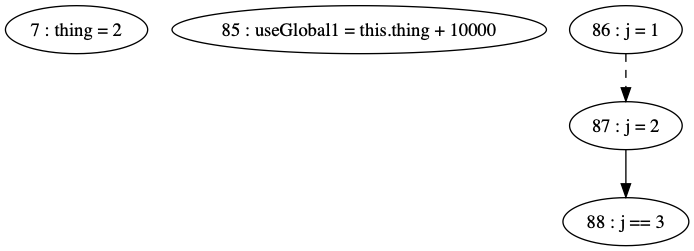
Earlier version of the Graphviz export target/classes/pdg/images/testFile-methodWithManyArgs.png (thomassimko/thesis-code-duplication). Its source is kept beside it as target/classes/pdg/source/testFile-methodWithManyArgs.gv. Source of this version:
```dot
digraph G {
"7 : thing = 2"
"85 : useGlobal1 = this.thing + 10000"
"86 : j = 1"
"86 : j = 1" -> "87 : j = 2" [style=dashed]
"87 : j = 2"
"87 : j = 2" -> "88 : j == 3"
"88 : j == 3"
}
```
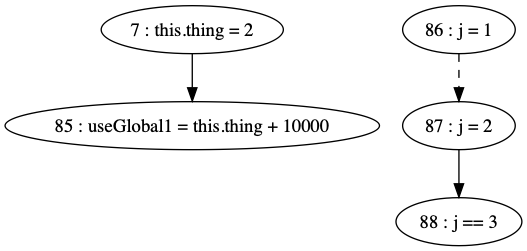
Above is the later version.

Diff of the diagram source:
```diff
@@ -1,5 +1,6 @@
 digraph G {
-"7 : thing = 2"
+"7 : this.thing = 2"
+"7 : this.thing = 2" -> "85 : useGlobal1 = this.thing + 10000"
 "85 : useGlobal1 = this.thing + 10000"
 "86 : j = 1"
 "86 : j = 1" -> "87 : j = 2" [style=dashed]
```
